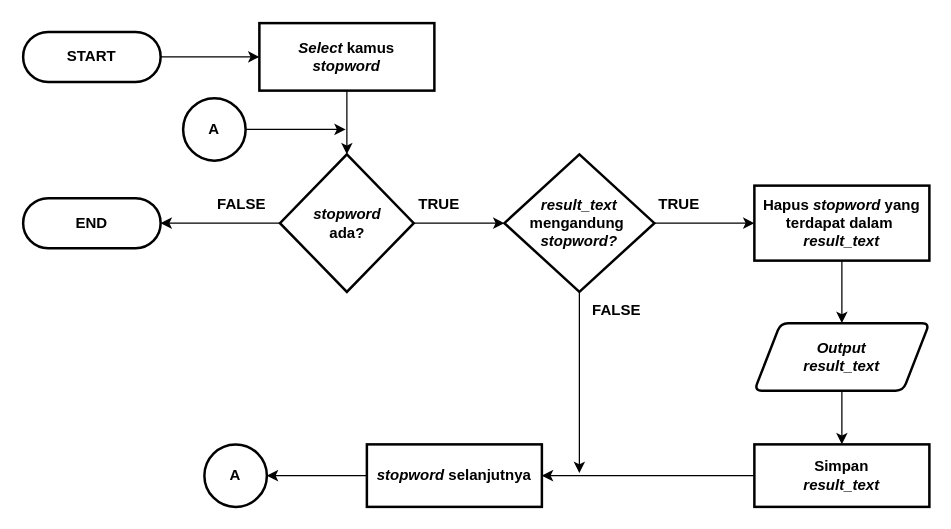
Above: Dokumen TA/Paper/Flowchart/Flowchart proses slangword.drawio in muspriandi/TextMining-SentimentAnalysis (draw.io), before the change. Source tidied: cells renumbered, new cells numbered last; positions are measured from the earlier drawing's top-left corner, leaving out a move shared by most shapes. Both pictures are drawn from the tidied source at 125%, with x=0, y=0 at pixel (22, 22).
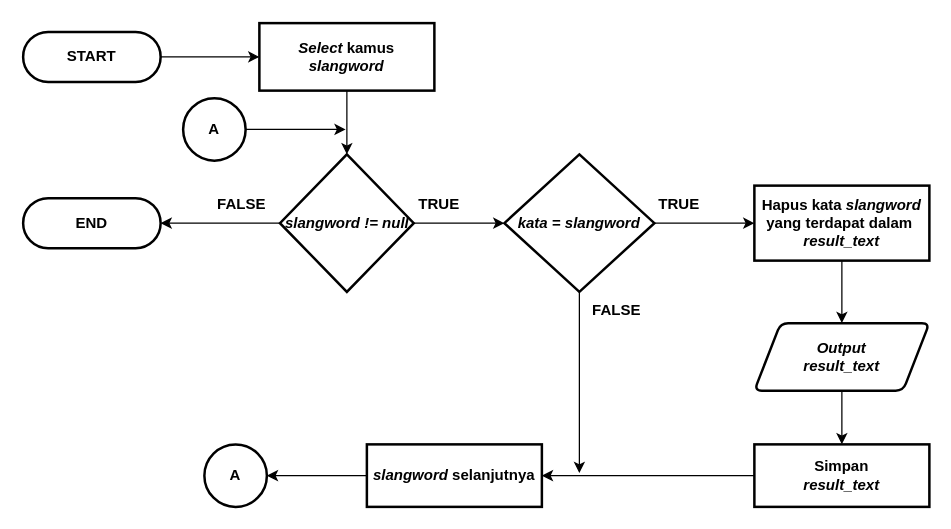
Above is the later version.

What changed in the source:
```diff
@@
-    <mxCell id="7" value="&lt;font face=&quot;helvetica&quot;&gt;&lt;b&gt;&lt;i&gt;Select &lt;/i&gt;kamus&lt;br&gt;&lt;i&gt;stopword&lt;/i&gt;&lt;/b&gt;&lt;/font&gt;" style="rounded=1;whiteSpace=wrap;html=1;absoluteArcSize=1;arcSize=0;strokeWidth=2;fontSize=12;" parent="1" vertex="1">
+    <mxCell id="7" value="&lt;font face=&quot;helvetica&quot;&gt;&lt;b&gt;&lt;i&gt;Select &lt;/i&gt;kamus&lt;br&gt;&lt;i&gt;slangword&lt;/i&gt;&lt;br&gt;&lt;/b&gt;&lt;/font&gt;" style="rounded=1;whiteSpace=wrap;html=1;absoluteArcSize=1;arcSize=0;strokeWidth=2;fontSize=12;" parent="1" vertex="1">
       <mxGeometry x="189" width="140" height="54" as="geometry" />
     </mxCell>
@@
-    <mxCell id="10" value="&lt;b style=&quot;font-family: &amp;#34;helvetica&amp;#34;&quot;&gt;&lt;i&gt;stopword&lt;br&gt;&lt;/i&gt;&lt;/b&gt;ada?" style="strokeWidth=2;html=1;shape=mxgraph.flowchart.decision;whiteSpace=wrap;rounded=1;align=center;fontStyle=1;" parent="1" vertex="1">
+    <mxCell id="10" value="&lt;b style=&quot;font-family: &amp;#34;helvetica&amp;#34;&quot;&gt;&lt;i&gt;slangword&amp;nbsp;&lt;/i&gt;&lt;/b&gt;&lt;b style=&quot;font-family: &amp;#34;helvetica&amp;#34;&quot;&gt;&lt;i&gt;!= null&lt;/i&gt;&lt;/b&gt;" style="strokeWidth=2;html=1;shape=mxgraph.flowchart.decision;whiteSpace=wrap;rounded=1;align=center;fontStyle=1;" parent="1" vertex="1">
       <mxGeometry x="205.5" y="105" width="107" height="110" as="geometry" />
     </mxCell>
@@
-    <mxCell id="13" value="&lt;b style=&quot;font-family: &amp;#34;helvetica&amp;#34;&quot;&gt;&lt;i&gt;result_text &lt;/i&gt;mengandung&amp;nbsp;&lt;br&gt;&lt;/b&gt;&lt;b style=&quot;font-family: &amp;#34;helvetica&amp;#34;&quot;&gt;&lt;i&gt;stopword&lt;/i&gt;&lt;/b&gt;&lt;i&gt;?&lt;/i&gt;" style="strokeWidth=2;html=1;shape=mxgraph.flowchart.decision;whiteSpace=wrap;rounded=1;align=center;fontStyle=1;" parent="1" vertex="1">
+    <mxCell id="13" value="&lt;b style=&quot;font-family: &amp;#34;helvetica&amp;#34;&quot;&gt;&lt;i&gt;kata = slangword&lt;/i&gt;&lt;/b&gt;" style="strokeWidth=2;html=1;shape=mxgraph.flowchart.decision;whiteSpace=wrap;rounded=1;align=center;fontStyle=1;" parent="1" vertex="1">
       <mxGeometry x="385" y="105" width="120" height="110" as="geometry" />
     </mxCell>
@@
-    <mxCell id="17" value="&lt;b style=&quot;font-family: &amp;#34;helvetica&amp;#34;&quot;&gt;&lt;i&gt;stopword&lt;/i&gt;&lt;/b&gt;&lt;b style=&quot;font-family: &amp;#34;helvetica&amp;#34;&quot;&gt;&lt;i&gt;&amp;nbsp;&lt;/i&gt;&lt;/b&gt;&lt;font face=&quot;helvetica&quot;&gt;&lt;b&gt;selanjutnya&lt;br&gt;&lt;/b&gt;&lt;/font&gt;" style="rounded=1;whiteSpace=wrap;html=1;absoluteArcSize=1;arcSize=0;strokeWidth=2;fontSize=12;" parent="1" vertex="1">
+    <mxCell id="17" value="&lt;b style=&quot;font-family: &amp;#34;helvetica&amp;#34;&quot;&gt;&lt;i&gt;slangword&amp;nbsp;&lt;/i&gt;&lt;/b&gt;&lt;font face=&quot;helvetica&quot;&gt;&lt;b&gt;selanjutnya&lt;br&gt;&lt;/b&gt;&lt;/font&gt;" style="rounded=1;whiteSpace=wrap;html=1;absoluteArcSize=1;arcSize=0;strokeWidth=2;fontSize=12;" parent="1" vertex="1">
       <mxGeometry x="275" y="337" width="140" height="50" as="geometry" />
     </mxCell>
@@
-    <mxCell id="19" value="&lt;font face=&quot;helvetica&quot;&gt;&lt;b&gt;Hapus&amp;nbsp;&lt;/b&gt;&lt;/font&gt;&lt;b style=&quot;font-family: &amp;#34;helvetica&amp;#34;&quot;&gt;&lt;i&gt;stopword&lt;/i&gt;&lt;/b&gt;&lt;b style=&quot;font-family: &amp;#34;helvetica&amp;#34;&quot;&gt;&lt;i&gt;&amp;nbsp;&lt;/i&gt;&lt;/b&gt;&lt;span style=&quot;font-weight: 700&quot;&gt;yang terdapat dalam&amp;nbsp;&lt;br&gt;&lt;/span&gt;&lt;b style=&quot;font-family: &amp;#34;helvetica&amp;#34;&quot;&gt;&lt;i&gt;result_text&lt;/i&gt;&lt;/b&gt;&lt;font face=&quot;helvetica&quot;&gt;&lt;b&gt;&lt;br&gt;&lt;/b&gt;&lt;/font&gt;" style="rounded=1;whiteSpace=wrap;html=1;absoluteArcSize=1;arcSize=0;strokeWidth=2;fontSize=12;" parent="1" vertex="1">
+    <mxCell id="19" value="&lt;font face=&quot;helvetica&quot;&gt;&lt;b&gt;Hapus kata&amp;nbsp;&lt;/b&gt;&lt;/font&gt;&lt;b style=&quot;font-family: &amp;#34;helvetica&amp;#34;&quot;&gt;&lt;i&gt;slangword&lt;/i&gt;&lt;/b&gt;&lt;font face=&quot;helvetica&quot;&gt;&lt;b&gt;&lt;br&gt;&lt;/b&gt;&lt;/font&gt;&lt;span style=&quot;font-weight: 700&quot;&gt;yang terdapat dalam&amp;nbsp;&lt;br&gt;&lt;/span&gt;&lt;b style=&quot;font-family: &amp;#34;helvetica&amp;#34;&quot;&gt;&lt;i&gt;result_text&lt;/i&gt;&lt;/b&gt;&lt;font face=&quot;helvetica&quot;&gt;&lt;b&gt;&lt;br&gt;&lt;/b&gt;&lt;/font&gt;" style="rounded=1;whiteSpace=wrap;html=1;absoluteArcSize=1;arcSize=0;strokeWidth=2;fontSize=12;" parent="1" vertex="1">
       <mxGeometry x="585" y="130" width="140" height="60" as="geometry" />
     </mxCell>
```
